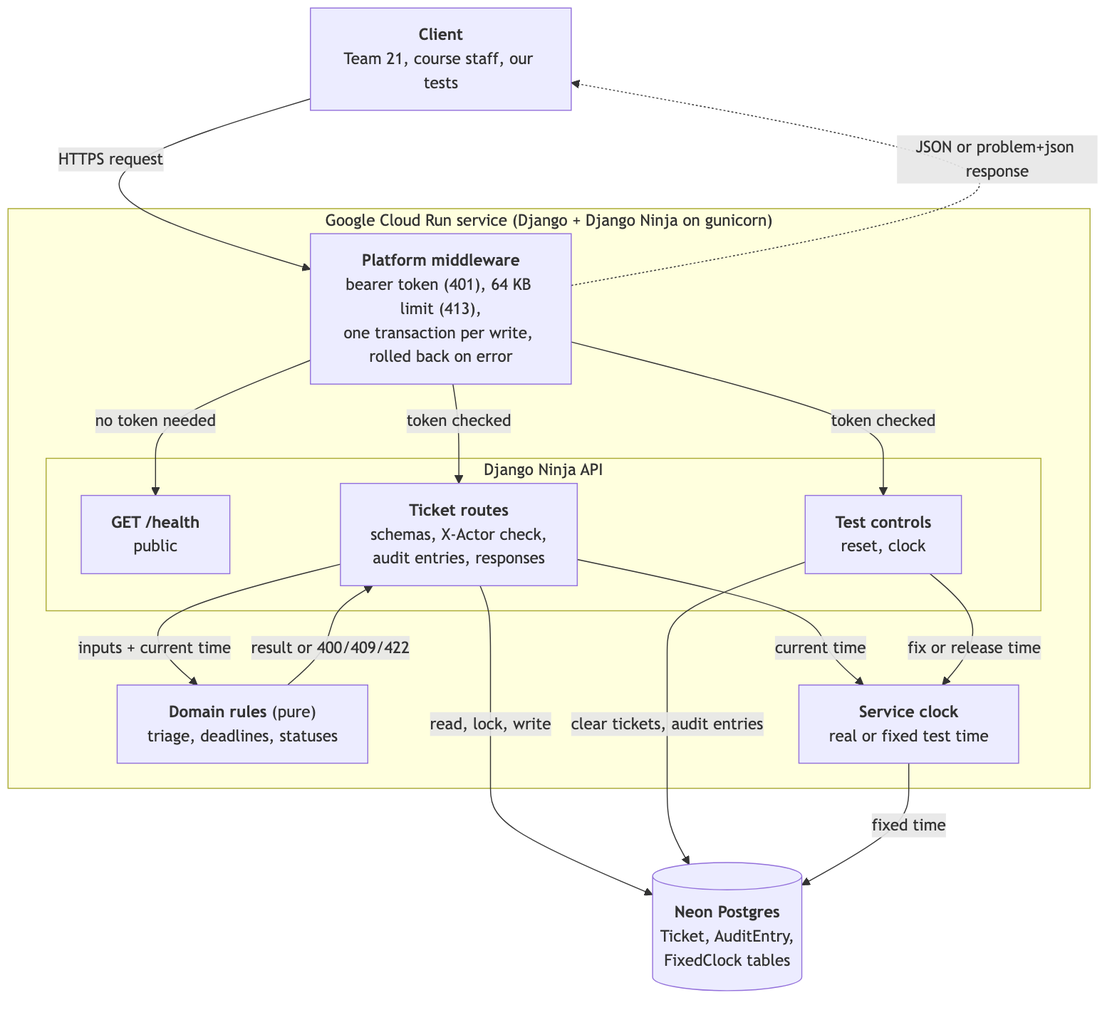
Earlier version of the Mermaid export docs/models/architecture.png (team17-ece30861/cra-service). Its source is kept beside it as docs/models/architecture.mmd.
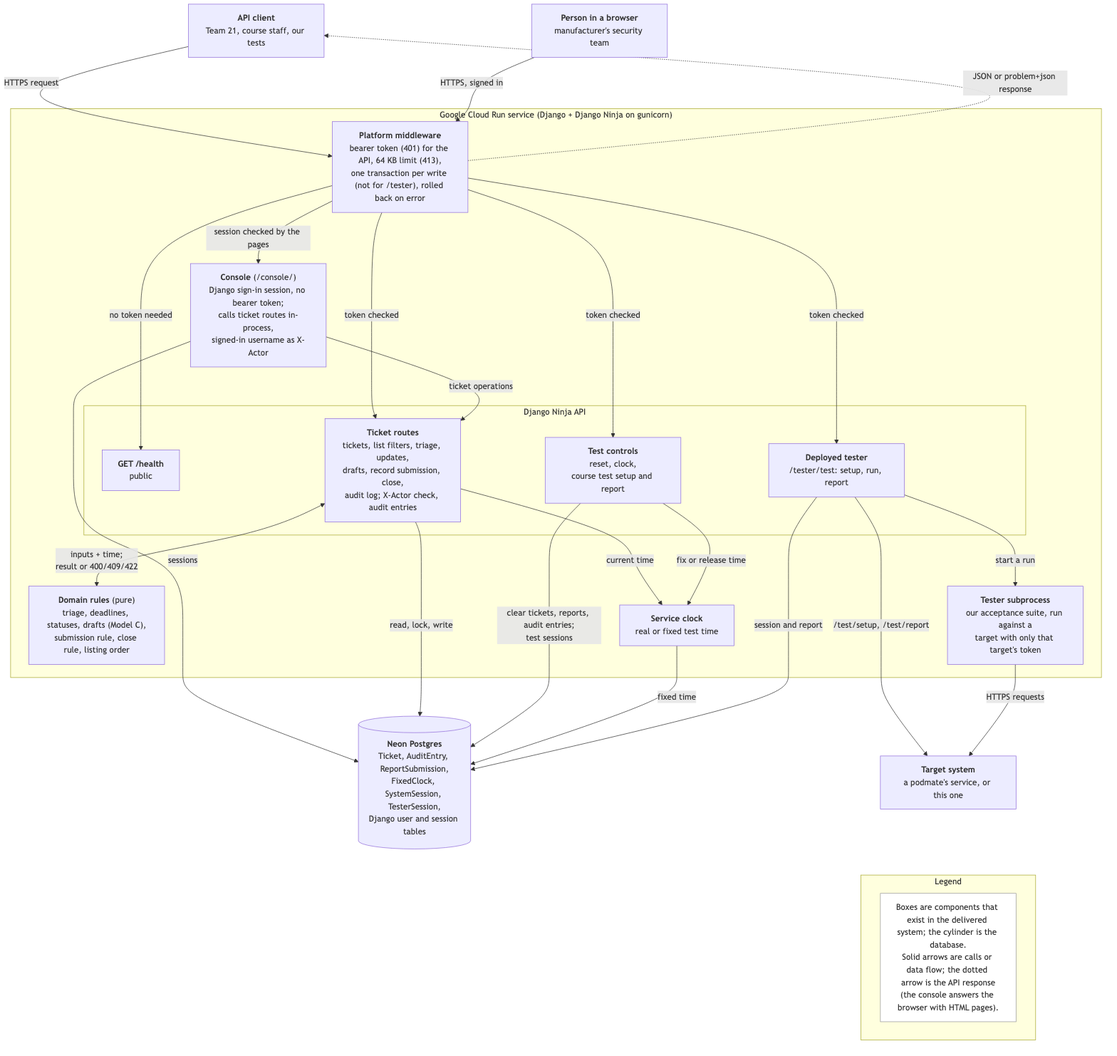
Above is the later version.

Commit message:
Models as delivered in Phase 4 (A, B, architecture) (#92)

Change to the diagram source:
```diff
@@ -1,27 +1,47 @@
 flowchart TB
-  client["<b>Client</b><br/>Team 21, course staff, our tests"]
+  client["<b>API client</b><br/>Team 21, course staff, our tests"]
+  person["<b>Person in a browser</b><br/>manufacturer's security team"]
   subgraph run["Google Cloud Run service (Django + Django Ninja on gunicorn)"]
     direction TB
-    mw["<b>Platform middleware</b><br/>bearer token (401), 64 KB limit (413),<br/>one transaction per write, rolled back on error"]
+    mw["<b>Platform middleware</b><br/>bearer token (401) for the API, 64 KB limit (413),<br/>one transaction per write (not for /tester), rolled back on error"]
+    console["<b>Console</b> (/console/)<br/>Django sign-in session, no bearer token;<br/>calls ticket routes in-process,<br/>signed-in username as X-Actor"]
     subgraph api["Django Ninja API"]
       direction LR
       health["<b>GET /health</b><br/>public"]
-      tickets["<b>Ticket routes</b><br/>schemas, X-Actor check,<br/>audit entries, responses"]
-      controls["<b>Test controls</b><br/>reset, clock"]
+      tickets["<b>Ticket routes</b><br/>tickets, list filters, triage, updates,<br/>drafts, record submission, close,<br/>audit log; X-Actor check, audit entries"]
+      controls["<b>Test controls</b><br/>reset, clock,<br/>course test setup and report"]
+      testerapi["<b>Deployed tester</b><br/>/tester/test: setup, run, report"]
     end
-    domain["<b>Domain rules</b> (pure)<br/>triage, deadlines, statuses"]
+    domain["<b>Domain rules</b> (pure)<br/>triage, deadlines, statuses, drafts (Model C),<br/>submission rule, close rule, listing order"]
     clock["<b>Service clock</b><br/>real or fixed test time"]
+    runner["<b>Tester subprocess</b><br/>our acceptance suite, run against a<br/>target with only that target's token"]
   end
-  db[("<b>Neon Postgres</b><br/>Ticket, AuditEntry,<br/>FixedClock tables")]
+  db[("<b>Neon Postgres</b><br/>Ticket, AuditEntry, ReportSubmission,<br/>FixedClock, SystemSession, TesterSession,<br/>Django user and session tables")]
+  target["<b>Target system</b><br/>a podmate's service, or this one"]
   client -->|"HTTPS request"| mw
+  person -->|"HTTPS, signed in"| mw
   mw -->|"no token needed"| health
   mw -->|"token checked"| tickets
   mw -->|"token checked"| controls
-  tickets -->|"inputs + current time"| domain
-  domain -->|"result or 400/409/422"| tickets
+  mw -->|"token checked"| testerapi
+  mw -->|"session checked by the pages"| console
+  console -->|"ticket operations"| tickets
+  console -->|"sessions"| db
+  tickets <-->|"inputs + time;<br/>result or 400/409/422"| domain
   tickets -->|"current time"| clock
   controls -->|"fix or release time"| clock
   tickets -->|"read, lock, write"| db
-  controls -->|"clear tickets, audit entries"| db
+  controls -->|"clear tickets, reports, audit entries;<br/>test sessions"| db
   clock -->|"fixed time"| db
+  testerapi -->|"start a run"| runner
+  testerapi -->|"session and report"| db
+  testerapi -->|"/test/setup, /test/report"| target
+  runner -->|"HTTPS requests"| target
   mw -.->|"JSON or problem+json response"| client
+  subgraph legend["Legend"]
+    direction LR
+    l1["Boxes are components that exist in the delivered system; the cylinder is the database.<br/>Solid arrows are calls or data flow; the dotted arrow is the API response<br/>(the console answers the browser with HTML pages)."]
+  end
+  target ~~~ legend
+  classDef note fill:#ffffff,stroke:#999,color:#333
+  class l1 note
```
